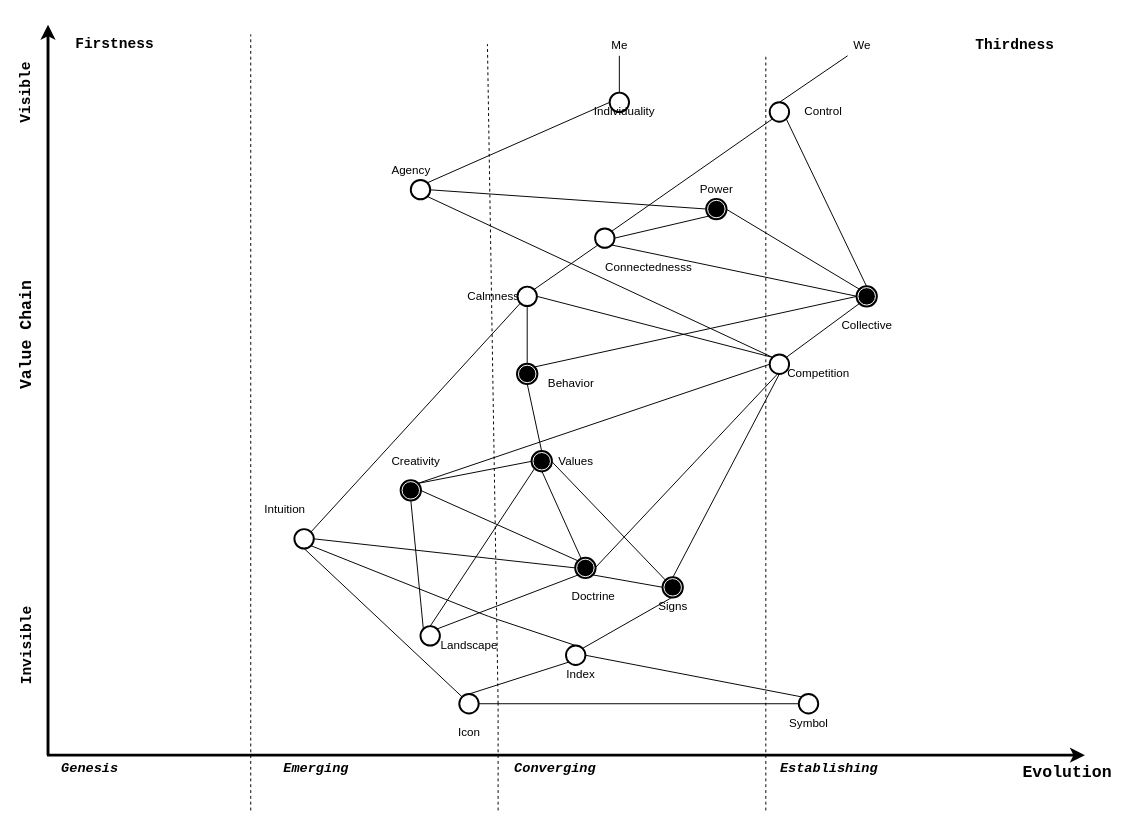
Earlier version of the draw.io diagram wardley_map.drawio (codeaudit/1). Source tidied: cells renumbered, new cells numbered last; positions are measured from the earlier drawing's top-left corner, leaving out a move shared by most shapes. Both pictures are drawn from the tidied source at 97%, with x=0, y=0 at pixel (-36, 24).
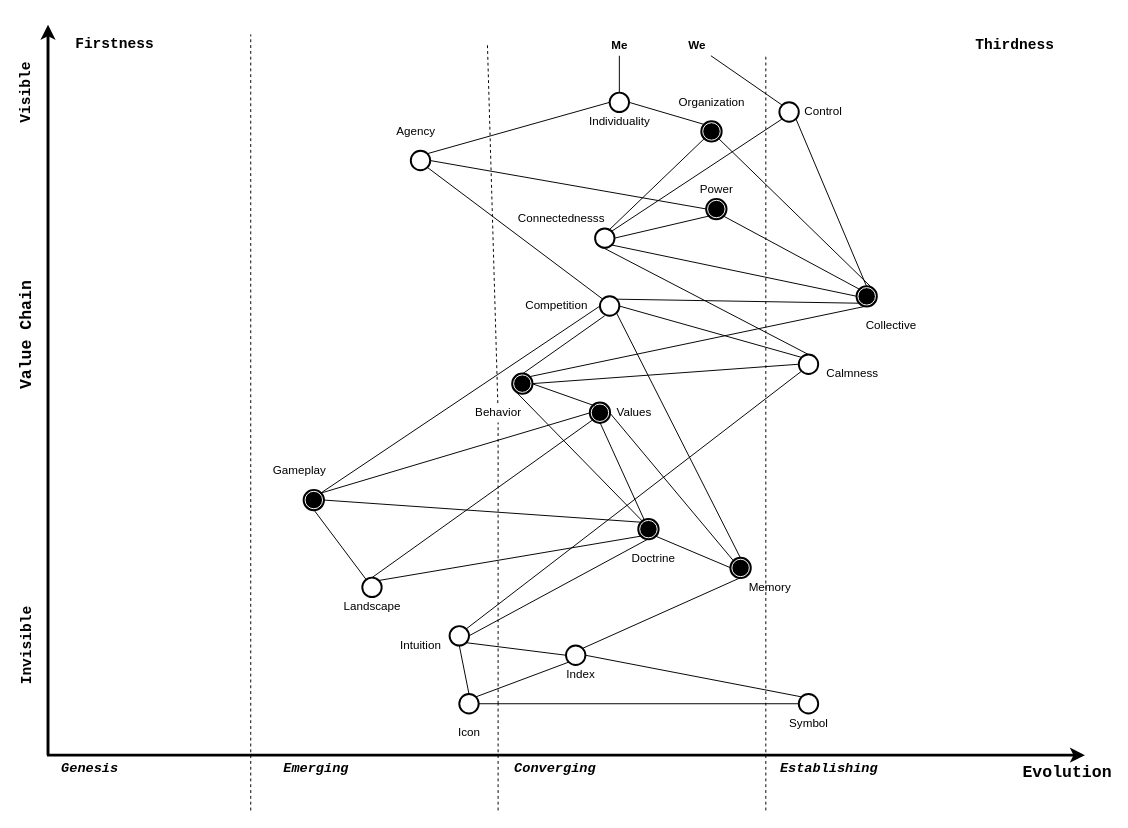
The same page after the edit.

Unchanged cells that the change refers to:
```xml
<mxCell id="19" style="ellipse;whiteSpace=wrap;html=1;strokeColor=#000000;fillColor=#ffffff;fontFamily=Helvetica;fontSize=13;align=center;strokeWidth=2;" parent="1" vertex="1">
  <mxGeometry x="665" y="70" width="20" height="20" as="geometry" />
</mxCell>
<mxCell id="22" style="ellipse;whiteSpace=wrap;html=1;strokeColor=#000000;fillColor=#ffffff;fontFamily=Helvetica;fontSize=13;align=center;strokeWidth=2;" parent="1" vertex="1">
  <mxGeometry x="650" y="210" width="20" height="20" as="geometry" />
</mxCell>
<mxCell id="24" style="shape=mxgraph.bpmn.shape;html=1;verticalLabelPosition=bottom;labelBackgroundColor=#ffffff;verticalAlign=top;align=center;perimeter=ellipsePerimeter;outlineConnect=0;outline=end;symbol=terminate;rotation=0;fontStyle=1;" parent="1" vertex="1">
  <mxGeometry x="920" y="270" width="20" height="20" as="geometry" />
</mxCell>
<mxCell id="26" style="shape=mxgraph.bpmn.shape;html=1;verticalLabelPosition=bottom;labelBackgroundColor=#ffffff;verticalAlign=top;align=center;perimeter=ellipsePerimeter;outlineConnect=0;outline=end;symbol=terminate;rotation=0;fontStyle=1;" parent="1" vertex="1">
  <mxGeometry x="765" y="180" width="20" height="20" as="geometry" />
</mxCell>
<mxCell id="42" style="ellipse;whiteSpace=wrap;html=1;strokeColor=#000000;fillColor=#ffffff;fontFamily=Helvetica;fontSize=13;align=center;strokeWidth=2;" parent="1" vertex="1">
  <mxGeometry x="620" y="640" width="20" height="20" as="geometry" />
</mxCell>
<mxCell id="47" style="ellipse;whiteSpace=wrap;html=1;strokeColor=#000000;fillColor=#ffffff;fontFamily=Helvetica;fontSize=13;align=center;strokeWidth=2;" parent="1" vertex="1">
  <mxGeometry x="510" y="690" width="20" height="20" as="geometry" />
</mxCell>
```

Change to the diagram source:
```diff
@@
-    <mxCell id="3" style="endArrow=none;dashed=1;html=1;strokeWidth=1;fontSize=26;strokeColor=#000000;" parent="1" edge="1">
+    <mxCell id="3" style="endArrow=none;dashed=1;html=1;strokeWidth=1;fontSize=26;strokeColor=#000000;" parent="1" edge="1" source="32">
       <mxGeometry relative="1" as="geometry">
-        <mxPoint x="550" y="700" as="sourcePoint" />
         <mxPoint x="539" y="20" as="targetPoint" />
       </mxGeometry>
     </mxCell>
@@
     <mxCell id="17" style="ellipse;whiteSpace=wrap;html=1;strokeColor=#000000;fillColor=#ffffff;fontFamily=Helvetica;fontSize=13;align=center;strokeWidth=2;" parent="1" vertex="1">
-      <mxGeometry x="830" y="80" width="20" height="20" as="geometry" />
+      <mxGeometry x="840" y="80" width="20" height="20" as="geometry" />
     </mxCell>
@@
     <mxCell id="20" value="Individuality" style="text;html=1;align=center;verticalAlign=middle;" parent="1" vertex="1">
-      <mxGeometry x="640" y="80" width="80" height="20" as="geometry" />
+      <mxGeometry x="635" y="90" width="80" height="20" as="geometry" />
     </mxCell>
     <mxCell id="21" value="Agency" style="text;html=1;align=center;verticalAlign=middle;" parent="1" vertex="1">
-      <mxGeometry x="430" y="140" width="60" height="20" as="geometry" />
+      <mxGeometry x="435" y="100" width="60" height="20" as="geometry" />
     </mxCell>
@@
     <mxCell id="23" value="Connectednesss" style="text;html=1;align=center;verticalAlign=middle;points=[];" parent="1" vertex="1">
-      <mxGeometry x="655" y="240" width="100" height="20" as="geometry" />
+      <mxGeometry x="565" y="190" width="100" height="20" as="geometry" />
     </mxCell>
@@
     <mxCell id="25" value="Collective" style="text;html=1;align=center;verticalAlign=middle;" parent="1" vertex="1">
-      <mxGeometry x="895.2" y="300" width="70" height="20" as="geometry" />
+      <mxGeometry x="920" y="300" width="70" height="20" as="geometry" />
     </mxCell>
@@
     <mxCell id="28" style="ellipse;whiteSpace=wrap;html=1;strokeColor=#000000;fillColor=#ffffff;fontFamily=Helvetica;fontSize=13;align=center;strokeWidth=2;" parent="1" vertex="1">
-      <mxGeometry x="570" y="270" width="20" height="20" as="geometry" />
+      <mxGeometry x="860" y="340" width="20" height="20" as="geometry" />
     </mxCell>
     <mxCell id="29" value="Calmness" style="text;html=1;align=center;verticalAlign=middle;" parent="1" vertex="1">
-      <mxGeometry x="510" y="270" width="70" height="20" as="geometry" />
+      <mxGeometry x="880" y="350" width="70" height="20" as="geometry" />
     </mxCell>
     <mxCell id="30" style="ellipse;whiteSpace=wrap;html=1;strokeColor=#000000;fillColor=#ffffff;fontFamily=Helvetica;fontSize=13;align=center;strokeWidth=2;" parent="1" vertex="1">
-      <mxGeometry x="830" y="340" width="20" height="20" as="geometry" />
+      <mxGeometry x="655" y="280" width="20" height="20" as="geometry" />
     </mxCell>
     <mxCell id="31" value="Competition" style="text;html=1;align=center;verticalAlign=middle;points=[];" parent="1" vertex="1">
-      <mxGeometry x="840" y="350" width="80" height="20" as="geometry" />
+      <mxGeometry x="570" y="280" width="80" height="20" as="geometry" />
     </mxCell>
-    <mxCell id="32" value="Behavior" style="text;html=1;align=center;verticalAlign=middle;points=[];" parent="1" vertex="1">
-      <mxGeometry x="595" y="360" width="60" height="20" as="geometry" />
-    </mxCell>
     <mxCell id="33" value="Values" style="text;html=1;align=center;verticalAlign=middle;" parent="1" vertex="1">
-      <mxGeometry x="605" y="440" width="50" height="20" as="geometry" />
+      <mxGeometry x="665" y="390" width="50" height="20" as="geometry" />
     </mxCell>
     <mxCell id="34" style="shape=mxgraph.bpmn.shape;html=1;verticalLabelPosition=bottom;labelBackgroundColor=#ffffff;verticalAlign=top;align=center;perimeter=ellipsePerimeter;outlineConnect=0;outline=end;symbol=terminate;rotation=0;fontStyle=1;" parent="1" vertex="1">
-      <mxGeometry x="570" y="350" width="20" height="20" as="geometry" />
+      <mxGeometry x="565" y="360" width="20" height="20" as="geometry" />
     </mxCell>
     <mxCell id="35" style="shape=mxgraph.bpmn.shape;html=1;verticalLabelPosition=bottom;labelBackgroundColor=#ffffff;verticalAlign=top;align=center;perimeter=ellipsePerimeter;outlineConnect=0;outline=end;symbol=terminate;rotation=0;fontStyle=1;" parent="1" vertex="1">
-      <mxGeometry x="585" y="440" width="20" height="20" as="geometry" />
+      <mxGeometry x="645" y="390" width="20" height="20" as="geometry" />
     </mxCell>
     <mxCell id="36" style="shape=mxgraph.bpmn.shape;html=1;verticalLabelPosition=bottom;labelBackgroundColor=#ffffff;verticalAlign=top;align=center;perimeter=ellipsePerimeter;outlineConnect=0;outline=end;symbol=terminate;rotation=0;fontStyle=1;" parent="1" vertex="1">
-      <mxGeometry x="450" y="470" width="20" height="20" as="geometry" />
+      <mxGeometry x="350" y="480" width="20" height="20" as="geometry" />
     </mxCell>
-    <mxCell id="37" value="Creativity" style="text;html=1;align=center;verticalAlign=middle;" parent="1" vertex="1">
-      <mxGeometry x="430" y="440" width="70" height="20" as="geometry" />
+    <mxCell id="37" value="Gameplay" style="text;html=1;align=center;verticalAlign=middle;" parent="1" vertex="1">
+      <mxGeometry x="310" y="450" width="70" height="20" as="geometry" />
     </mxCell>
     <mxCell id="38" style="shape=mxgraph.bpmn.shape;html=1;verticalLabelPosition=bottom;labelBackgroundColor=#ffffff;verticalAlign=top;align=center;perimeter=ellipsePerimeter;outlineConnect=0;outline=end;symbol=terminate;rotation=0;fontStyle=1;" parent="1" vertex="1">
-      <mxGeometry x="630" y="550" width="20" height="20" as="geometry" />
+      <mxGeometry x="695" y="510" width="20" height="20" as="geometry" />
     </mxCell>
     <mxCell id="39" value="Doctrine" style="text;html=1;align=center;verticalAlign=middle;" parent="1" vertex="1">
-      <mxGeometry x="617.5" y="580" width="60" height="20" as="geometry" />
+      <mxGeometry x="680" y="540" width="60" height="20" as="geometry" />
     </mxCell>
     <mxCell id="40" style="ellipse;whiteSpace=wrap;html=1;strokeColor=#000000;fillColor=#ffffff;fontFamily=Helvetica;fontSize=13;align=center;strokeWidth=2;" parent="1" vertex="1">
-      <mxGeometry x="340" y="520" width="20" height="20" as="geometry" />
+      <mxGeometry x="500" y="620" width="20" height="20" as="geometry" />
     </mxCell>
     <mxCell id="41" value="Intuition" style="text;html=1;align=center;verticalAlign=middle;" parent="1" vertex="1">
-      <mxGeometry x="300" y="490" width="60" height="20" as="geometry" />
+      <mxGeometry x="440" y="630" width="60" height="20" as="geometry" />
     </mxCell>
@@
     <mxCell id="43" value="Landscape" style="text;html=1;align=center;verticalAlign=middle;" parent="1" vertex="1">
-      <mxGeometry x="485" y="630" width="70" height="20" as="geometry" />
+      <mxGeometry x="385" y="590" width="70" height="20" as="geometry" />
     </mxCell>
@@
-    <mxCell id="46" style="ellipse;whiteSpace=wrap;html=1;strokeColor=#000000;fillColor=#ffffff;fontFamily=Helvetica;fontSize=13;align=center;strokeWidth=2;" parent="1" vertex="1">
-      <mxGeometry x="470" y="620" width="20" height="20" as="geometry" />
-    </mxCell>
@@
     <mxCell id="49" style="shape=mxgraph.bpmn.shape;html=1;verticalLabelPosition=bottom;labelBackgroundColor=#ffffff;verticalAlign=top;align=center;perimeter=ellipsePerimeter;outlineConnect=0;outline=end;symbol=terminate;rotation=0;fontStyle=1;" parent="1" vertex="1">
-      <mxGeometry x="720" y="570" width="20" height="20" as="geometry" />
+      <mxGeometry x="790" y="550" width="20" height="20" as="geometry" />
     </mxCell>
-    <mxCell id="50" value="Signs" style="text;html=1;align=center;verticalAlign=middle;" parent="1" vertex="1">
-      <mxGeometry x="705" y="590" width="50" height="20" as="geometry" />
+    <mxCell id="50" value="Memory" style="text;html=1;align=center;verticalAlign=middle;" parent="1" vertex="1">
+      <mxGeometry x="800" y="570" width="60" height="20" as="geometry" />
     </mxCell>
@@
-    <mxCell id="55" style="endArrow=none;html=1;strokeColor=#000000;strokeWidth=1;fontFamily=Courier New;fontSize=14;fontColor=#000000;entryX=0;entryY=0.5;entryDx=0;entryDy=0;entryPerimeter=0;exitX=0.5;exitY=0;exitDx=0;exitDy=0;" parent="1" edge="1" source="49" target="31">
+    <mxCell id="55" style="endArrow=none;html=1;strokeColor=#000000;strokeWidth=1;fontFamily=Courier New;fontSize=14;fontColor=#000000;entryX=1;entryY=1;entryDx=0;entryDy=0;exitX=0.5;exitY=0;exitDx=0;exitDy=0;" parent="1" edge="1" source="49" target="30">
       <mxGeometry relative="1" as="geometry" />
     </mxCell>
-    <mxCell id="56" style="endArrow=none;html=1;strokeColor=#000000;strokeWidth=1;fontFamily=Courier New;fontSize=14;fontColor=#000000;entryX=-0.012;entryY=0.45;entryDx=0;entryDy=0;entryPerimeter=0;exitX=1;exitY=0.5;exitDx=0;exitDy=0;" parent="1" edge="1" source="38" target="31">
-      <mxGeometry relative="1" as="geometry" />
+    <mxCell id="56" style="endArrow=none;html=1;strokeColor=#000000;strokeWidth=1;fontFamily=Courier New;fontSize=14;fontColor=#000000;exitX=0.5;exitY=0;exitDx=0;exitDy=0;" parent="1" edge="1" source="34">
+      <mxGeometry relative="1" as="geometry">
+        <mxPoint x="660" y="300" as="targetPoint" />
+      </mxGeometry>
     </mxCell>
@@
-    <mxCell id="59" style="endArrow=none;html=1;strokeColor=#000000;strokeWidth=1;fontFamily=Courier New;fontSize=14;fontColor=#000000;exitX=0.5;exitY=0;exitDx=0;exitDy=0;" parent="1" edge="1" source="34">
-      <mxGeometry relative="1" as="geometry">
-        <mxPoint x="580" y="290" as="targetPoint" />
-      </mxGeometry>
+    <mxCell id="59" style="endArrow=none;html=1;strokeColor=#000000;strokeWidth=1;fontFamily=Courier New;fontSize=14;fontColor=#000000;exitX=1;exitY=0.5;exitDx=0;exitDy=0;entryX=0;entryY=0.5;entryDx=0;entryDy=0;" parent="1" edge="1" source="34" target="28">
+      <mxGeometry relative="1" as="geometry" />
     </mxCell>
-    <mxCell id="60" style="endArrow=none;html=1;strokeColor=#000000;strokeWidth=1;fontFamily=Courier New;fontSize=14;fontColor=#000000;entryX=0;entryY=0;entryDx=0;entryDy=0;exitX=1;exitY=0.5;exitDx=0;exitDy=0;" parent="1" edge="1" source="28" target="30">
+    <mxCell id="60" style="endArrow=none;html=1;strokeColor=#000000;strokeWidth=1;fontFamily=Courier New;fontSize=14;fontColor=#000000;exitX=0;exitY=0;exitDx=0;exitDy=0;entryX=1;entryY=0.5;entryDx=0;entryDy=0;" parent="1" edge="1" source="28" target="30">
       <mxGeometry relative="1" as="geometry" />
     </mxCell>
-    <mxCell id="61" style="endArrow=none;html=1;strokeColor=#000000;strokeWidth=1;fontFamily=Courier New;fontSize=14;fontColor=#000000;entryX=1;entryY=0.5;entryDx=0;entryDy=0;exitX=0.145;exitY=0.145;exitDx=0;exitDy=0;exitPerimeter=0;" parent="1" edge="1" source="24" target="26">
+    <mxCell id="61" style="endArrow=none;html=1;strokeColor=#000000;strokeWidth=1;fontFamily=Courier New;fontSize=14;fontColor=#000000;entryX=0.855;entryY=0.855;entryDx=0;entryDy=0;exitX=0.145;exitY=0.145;exitDx=0;exitDy=0;exitPerimeter=0;entryPerimeter=0;" parent="1" edge="1" source="24" target="26">
       <mxGeometry relative="1" as="geometry" />
     </mxCell>
-    <mxCell id="62" style="endArrow=none;html=1;strokeColor=#000000;strokeWidth=1;fontFamily=Courier New;fontSize=14;fontColor=#000000;exitX=0;exitY=0.5;exitDx=0;exitDy=0;" parent="1" edge="1" source="26">
-      <mxGeometry relative="1" as="geometry">
-        <mxPoint x="477" y="170" as="targetPoint" />
-      </mxGeometry>
+    <mxCell id="62" style="endArrow=none;html=1;strokeColor=#000000;strokeWidth=1;fontFamily=Courier New;fontSize=14;fontColor=#000000;exitX=0;exitY=0.5;exitDx=0;exitDy=0;entryX=1;entryY=0.5;entryDx=0;entryDy=0;" parent="1" edge="1" source="26" target="71">
+      <mxGeometry relative="1" as="geometry" />
     </mxCell>
@@
-    <mxCell id="67" value="Me" style="text;html=1;align=center;verticalAlign=middle;points=[];" parent="1" vertex="1">
+    <mxCell id="67" value="&lt;b&gt;Me&lt;/b&gt;" style="text;html=1;align=center;verticalAlign=middle;points=[];" parent="1" vertex="1">
       <mxGeometry x="660" y="12" width="30" height="20" as="geometry" />
     </mxCell>
-    <mxCell id="68" value="We" style="text;html=1;align=center;verticalAlign=middle;points=[];" parent="1" vertex="1">
-      <mxGeometry x="910" y="12" width="30" height="20" as="geometry" />
+    <mxCell id="68" value="&lt;b&gt;We&lt;/b&gt;" style="text;html=1;align=center;verticalAlign=middle;points=[];" parent="1" vertex="1">
+      <mxGeometry x="740" y="12" width="30" height="20" as="geometry" />
     </mxCell>
@@
-    <mxCell id="70" style="endArrow=none;html=1;strokeColor=#000000;strokeWidth=1;fontFamily=Courier New;fontSize=14;fontColor=#000000;exitX=0.5;exitY=0;exitDx=0;exitDy=0;" parent="1" edge="1" source="17" target="68">
+    <mxCell id="70" style="endArrow=none;html=1;strokeColor=#000000;strokeWidth=1;fontFamily=Courier New;fontSize=14;fontColor=#000000;exitX=0;exitY=0;exitDx=0;exitDy=0;" parent="1" edge="1" source="17" target="68">
       <mxGeometry relative="1" as="geometry" />
     </mxCell>
     <mxCell id="71" style="ellipse;whiteSpace=wrap;html=1;strokeColor=#000000;fillColor=#ffffff;fontFamily=Helvetica;fontSize=13;align=center;strokeWidth=2;" parent="1" vertex="1">
-      <mxGeometry x="460" y="160" width="20" height="20" as="geometry" />
+      <mxGeometry x="460" y="130" width="20" height="20" as="geometry" />
     </mxCell>
@@
-    <mxCell id="75" style="endArrow=none;html=1;strokeColor=#000000;strokeWidth=1;fontFamily=Courier New;fontSize=14;fontColor=#000000;entryX=0.5;entryY=1;entryDx=0;entryDy=0;exitX=0;exitY=0;exitDx=0;exitDy=0;" parent="1" edge="1" source="46" target="36">
+    <mxCell id="75" style="endArrow=none;html=1;strokeColor=#000000;strokeWidth=1;fontFamily=Courier New;fontSize=14;fontColor=#000000;entryX=0.5;entryY=1;entryDx=0;entryDy=0;" parent="1" edge="1" source="46" target="36">
       <mxGeometry relative="1" as="geometry" />
     </mxCell>
@@
-    <mxCell id="77" style="endArrow=none;html=1;strokeColor=#000000;strokeWidth=1;fontFamily=Courier New;fontSize=14;fontColor=#000000;entryX=0.5;entryY=1;entryDx=0;entryDy=0;exitX=0.5;exitY=0;exitDx=0;exitDy=0;" parent="1" edge="1" source="35" target="34">
-      <mxGeometry relative="1" as="geometry" />
+    <mxCell id="77" style="endArrow=none;html=1;strokeColor=#000000;strokeWidth=1;fontFamily=Courier New;fontSize=14;fontColor=#000000;entryX=1;entryY=0.5;entryDx=0;entryDy=0;" parent="1" edge="1" target="34">
+      <mxGeometry relative="1" as="geometry">
+        <mxPoint x="650" y="393" as="sourcePoint" />
+      </mxGeometry>
     </mxCell>
-    <mxCell id="78" style="endArrow=none;html=1;strokeColor=#000000;strokeWidth=1;fontFamily=Courier New;fontSize=14;fontColor=#000000;entryX=1;entryY=0.5;entryDx=0;entryDy=0;exitX=0;exitY=0.5;exitDx=0;exitDy=0;" parent="1" edge="1" source="38" target="40">
+    <mxCell id="78" style="endArrow=none;html=1;strokeColor=#000000;strokeWidth=1;fontFamily=Courier New;fontSize=14;fontColor=#000000;entryX=1;entryY=0.5;entryDx=0;entryDy=0;exitX=0.5;exitY=1;exitDx=0;exitDy=0;" parent="1" edge="1" source="38" target="40">
       <mxGeometry relative="1" as="geometry" />
     </mxCell>
-    <mxCell id="79" style="endArrow=none;html=1;strokeColor=#000000;strokeWidth=1;fontFamily=Courier New;fontSize=14;fontColor=#000000;entryX=0.5;entryY=1;entryDx=0;entryDy=0;exitX=0;exitY=0;exitDx=0;exitDy=0;" parent="1" edge="1" source="47" target="40">
+    <mxCell id="79" style="endArrow=none;html=1;strokeColor=#000000;strokeWidth=1;fontFamily=Courier New;fontSize=14;fontColor=#000000;entryX=0.5;entryY=1;entryDx=0;entryDy=0;exitX=0.5;exitY=0;exitDx=0;exitDy=0;" parent="1" edge="1" source="47" target="40">
       <mxGeometry relative="1" as="geometry" />
     </mxCell>
-    <mxCell id="80" style="endArrow=none;html=1;strokeColor=#000000;strokeWidth=1;fontFamily=Courier New;fontSize=14;fontColor=#000000;entryX=1;entryY=1;entryDx=0;entryDy=0;exitX=0.5;exitY=0;exitDx=0;exitDy=0;" parent="1" edge="1" source="42" target="40">
-      <mxGeometry relative="1" as="geometry">
-        <Array as="points">
-          <mxPoint x="540" y="610" />
-        </Array>
-      </mxGeometry>
+    <mxCell id="80" style="endArrow=none;html=1;strokeColor=#000000;strokeWidth=1;fontFamily=Courier New;fontSize=14;fontColor=#000000;entryX=1;entryY=1;entryDx=0;entryDy=0;exitX=0;exitY=0.5;exitDx=0;exitDy=0;" parent="1" edge="1" source="42" target="40">
+      <mxGeometry relative="1" as="geometry" />
     </mxCell>
@@
-    <mxCell id="86" style="endArrow=none;html=1;strokeColor=#000000;strokeWidth=1;fontFamily=Courier New;fontSize=14;fontColor=#000000;entryX=0;entryY=1;entryDx=0;entryDy=0;exitX=0.5;exitY=0;exitDx=0;exitDy=0;" parent="1" edge="1" source="47" target="42">
+    <mxCell id="86" style="endArrow=none;html=1;strokeColor=#000000;strokeWidth=1;fontFamily=Courier New;fontSize=14;fontColor=#000000;entryX=0;entryY=1;entryDx=0;entryDy=0;exitX=1;exitY=0;exitDx=0;exitDy=0;" parent="1" edge="1" source="47" target="42">
       <mxGeometry relative="1" as="geometry" />
     </mxCell>
     <mxCell id="87" style="endArrow=none;html=1;strokeColor=#000000;strokeWidth=1;fontFamily=Courier New;fontSize=14;fontColor=#000000;exitX=0.855;exitY=0.145;exitDx=0;exitDy=0;exitPerimeter=0;" parent="1" edge="1" source="34">
       <mxGeometry relative="1" as="geometry">
-        <mxPoint x="920" y="280" as="targetPoint" />
+        <mxPoint x="930" y="290" as="targetPoint" />
       </mxGeometry>
     </mxCell>
-    <mxCell id="88" style="endArrow=none;html=1;strokeColor=#000000;strokeWidth=1;fontFamily=Courier New;fontSize=14;fontColor=#000000;entryX=0;entryY=1;entryDx=0;entryDy=0;exitX=1;exitY=0;exitDx=0;exitDy=0;" parent="1" edge="1" source="28" target="22">
+    <mxCell id="88" style="endArrow=none;html=1;strokeColor=#000000;strokeWidth=1;fontFamily=Courier New;fontSize=14;fontColor=#000000;entryX=0;entryY=1;entryDx=0;entryDy=0;exitX=0.5;exitY=0;exitDx=0;exitDy=0;" parent="1" edge="1" source="28" target="22">
       <mxGeometry relative="1" as="geometry" />
     </mxCell>
@@
+    <mxCell id="46" style="ellipse;whiteSpace=wrap;html=1;strokeColor=#000000;fillColor=#ffffff;fontFamily=Helvetica;fontSize=13;align=center;strokeWidth=2;" parent="1" vertex="1">
+      <mxGeometry x="410" y="570" width="20" height="20" as="geometry" />
+    </mxCell>
+    <mxCell id="91" style="endArrow=none;html=1;strokeColor=#000000;strokeWidth=1;fontFamily=Courier New;fontSize=14;fontColor=#000000;" parent="1" edge="1">
+      <mxGeometry relative="1" as="geometry">
+        <mxPoint x="700" y="513" as="sourcePoint" />
+        <mxPoint x="570" y="380" as="targetPoint" />
+      </mxGeometry>
+    </mxCell>
+    <mxCell id="32" value="Behavior" style="text;html=1;align=center;verticalAlign=middle;points=[];" parent="1" vertex="1">
+      <mxGeometry x="520" y="390" width="60" height="20" as="geometry" />
+    </mxCell>
+    <mxCell id="92" style="endArrow=none;dashed=1;html=1;strokeWidth=1;fontSize=26;strokeColor=#000000;" parent="1" edge="1" target="32">
+      <mxGeometry relative="1" as="geometry">
+        <mxPoint x="550" y="700" as="sourcePoint" />
+      </mxGeometry>
+    </mxCell>
+    <mxCell id="93" style="shape=mxgraph.bpmn.shape;html=1;verticalLabelPosition=bottom;labelBackgroundColor=#ffffff;verticalAlign=top;align=center;perimeter=ellipsePerimeter;outlineConnect=0;outline=end;symbol=terminate;rotation=0;fontStyle=1;" parent="1" vertex="1">
+      <mxGeometry x="760" y="100" width="20" height="20" as="geometry" />
+    </mxCell>
+    <mxCell id="94" style="endArrow=none;html=1;strokeColor=#000000;strokeWidth=1;fontFamily=Courier New;fontSize=14;fontColor=#000000;entryX=1;entryY=0.5;entryDx=0;entryDy=0;exitX=0.145;exitY=0.145;exitDx=0;exitDy=0;exitPerimeter=0;" parent="1" edge="1" source="93" target="19">
+      <mxGeometry relative="1" as="geometry" />
+    </mxCell>
+    <mxCell id="95" style="endArrow=none;html=1;strokeColor=#000000;strokeWidth=1;fontFamily=Courier New;fontSize=14;fontColor=#000000;entryX=0.145;entryY=0.855;entryDx=0;entryDy=0;entryPerimeter=0;exitX=0.99;exitY=1.1;exitDx=0;exitDy=0;exitPerimeter=0;" parent="1" edge="1" source="23" target="93">
+      <mxGeometry relative="1" as="geometry" />
+    </mxCell>
+    <mxCell id="96" style="endArrow=none;html=1;strokeColor=#000000;strokeWidth=1;fontFamily=Courier New;fontSize=14;fontColor=#000000;entryX=0.855;entryY=0.855;entryDx=0;entryDy=0;entryPerimeter=0;exitX=0.855;exitY=0.145;exitDx=0;exitDy=0;exitPerimeter=0;" parent="1" edge="1" source="24" target="93">
+      <mxGeometry relative="1" as="geometry" />
+    </mxCell>
+    <mxCell id="97" value="Organization" style="text;html=1;align=center;verticalAlign=middle;" parent="1" vertex="1">
+      <mxGeometry x="730" y="70" width="80" height="20" as="geometry" />
+    </mxCell>
```
